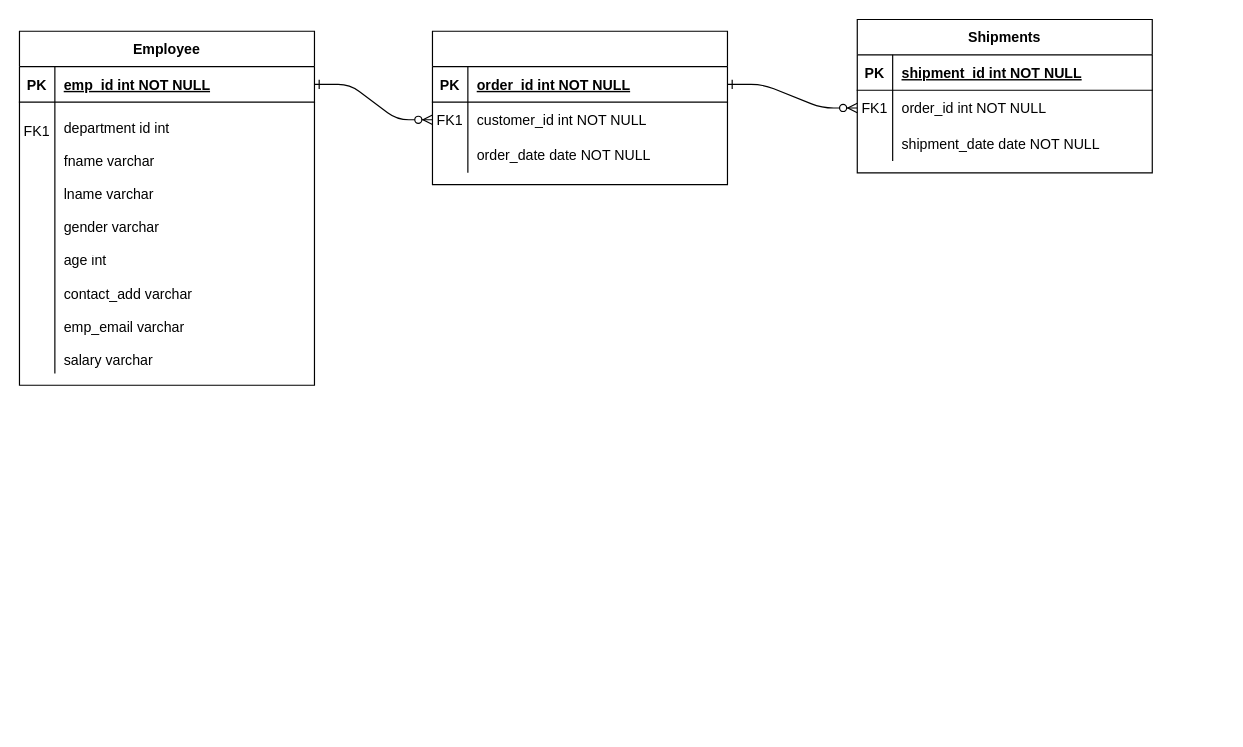
Before: Untitled Diagram.drawio in pateldeep99/Payroll-Management-System, a draw.io diagram. Source tidied: cells renumbered, new cells numbered last; positions are measured from the earlier drawing's top-left corner, leaving out a move shared by most shapes. Both pictures are drawn from the tidied source at 118%, with x=0, y=0 at pixel (19, 19).
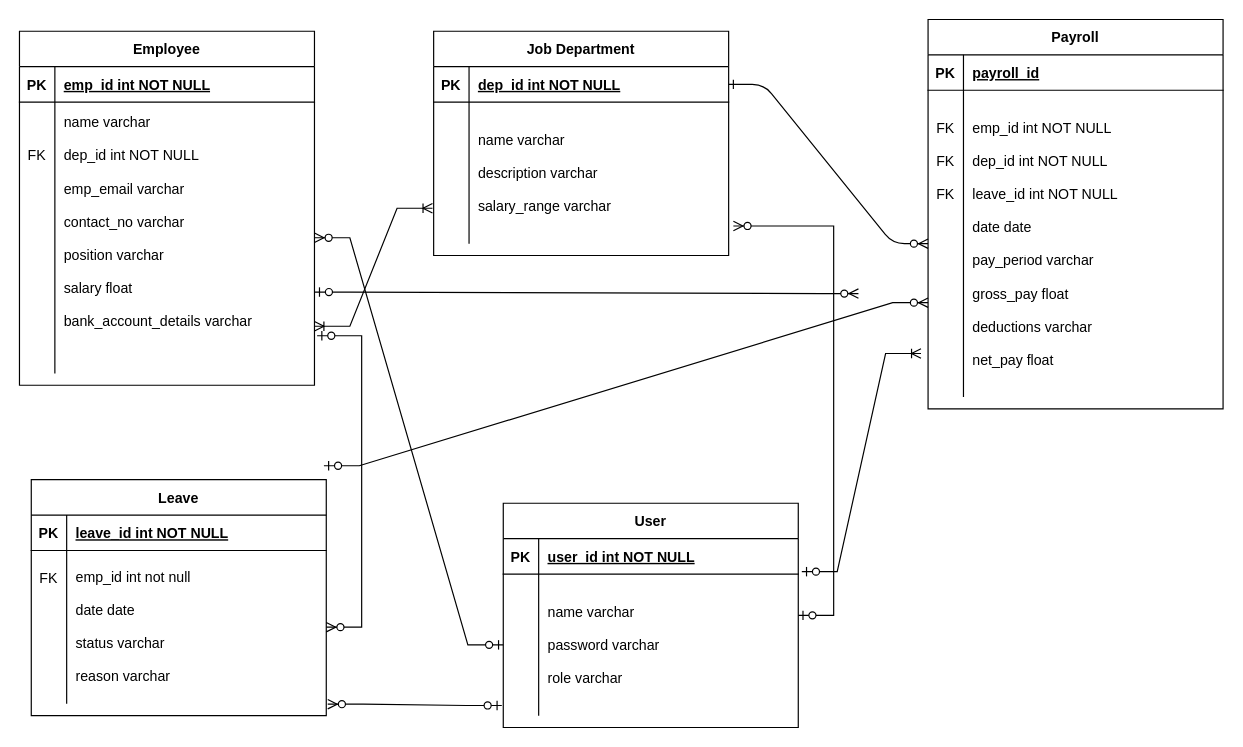
After the change.

The change refers to these unchanged cells:
```xml
<mxCell id="5" style="shape=partialRectangle;fillColor=none;points=[[0,0.5],[1,0.5]];portConstraint=eastwest;top=0;left=0;right=0;bottom=1;" parent="4" vertex="1">
  <mxGeometry y="30" width="250" height="30" as="geometry" />
</mxCell>
<mxCell id="15" style="shape=partialRectangle;fillColor=none;top=0;left=0;right=0;bottom=1;" parent="14" vertex="1">
  <mxGeometry y="30" width="250" height="30" as="geometry" />
</mxCell>
<mxCell id="25" style="shape=partialRectangle;fillColor=none;points=[[0,0.5],[1,0.5]];portConstraint=eastwest;top=0;left=0;right=0;bottom=1;" parent="24" vertex="1">
  <mxGeometry y="30" width="250" height="30" as="geometry" />
</mxCell>
<mxCell id="28" style="shape=partialRectangle;fillColor=none;points=[[0,0.5],[1,0.5]];portConstraint=eastwest;top=0;left=0;right=0;bottom=0;" parent="24" vertex="1">
  <mxGeometry y="60" width="250" height="230" as="geometry" />
</mxCell>
```

Change to the diagram source:
```diff
@@
-    <mxCell id="2" style="edgeStyle=entityRelationEdgeStyle;endArrow=ERzeroToMany;startArrow=ERone;endFill=1;startFill=0;" parent="1" edge="1" source="25" target="8">
-      <mxGeometry relative="1" as="geometry" />
-    </mxCell>
@@
-    <mxCell id="4" style="shape=table;startSize=30;childLayout=tableLayout;rowLines=0;fontStyle=1;align=center;" parent="1" vertex="1">
-      <mxGeometry x="350" y="10" width="250" height="130" as="geometry" />
+    <mxCell id="4" value="Job Department" style="shape=table;startSize=30;childLayout=tableLayout;rowLines=0;fontStyle=1;align=center;" parent="1" vertex="1">
+      <mxGeometry x="351" y="10" width="250" height="190" as="geometry" />
     </mxCell>
@@
-    <mxCell id="7" value="order_id int NOT NULL " style="shape=partialRectangle;overflow=hidden;fillColor=none;top=0;left=0;bottom=0;right=0;align=left;spacingLeft=6;fontStyle=5;" parent="5" vertex="1">
+    <mxCell id="7" value="dep_id int NOT NULL" style="shape=partialRectangle;overflow=hidden;fillColor=none;top=0;left=0;bottom=0;right=0;align=left;spacingLeft=6;fontStyle=5;" parent="5" vertex="1">
       <mxGeometry x="30" width="220" height="30" as="geometry" />
     </mxCell>
     <mxCell id="8" style="shape=partialRectangle;fillColor=none;points=[[0,0.5],[1,0.5]];portConstraint=eastwest;top=0;left=0;right=0;bottom=0;" parent="4" vertex="1">
-      <mxGeometry y="60" width="250" height="30" as="geometry" />
+      <mxGeometry y="60" width="250" height="120" as="geometry" />
     </mxCell>
-    <mxCell id="9" value="FK1" style="shape=partialRectangle;overflow=hidden;fillColor=none;top=0;left=0;bottom=0;right=0;" parent="8" vertex="1">
-      <mxGeometry width="30" height="30" as="geometry" />
+    <mxCell id="9" style="shape=partialRectangle;overflow=hidden;fillColor=none;top=0;left=0;bottom=0;right=0;" parent="8" vertex="1">
+      <mxGeometry width="30" height="120" as="geometry" />
     </mxCell>
-    <mxCell id="10" value="customer_id int NOT NULL" style="shape=partialRectangle;overflow=hidden;fillColor=none;top=0;left=0;bottom=0;right=0;align=left;spacingLeft=6;" parent="8" vertex="1">
-      <mxGeometry x="30" width="220" height="30" as="geometry" />
+    <mxCell id="10" value="name varchar&#10;&#10;description varchar&#10;&#10;salary_range varchar" style="shape=partialRectangle;overflow=hidden;fillColor=none;top=0;left=0;bottom=0;right=0;align=left;spacingLeft=6;" parent="8" vertex="1">
+      <mxGeometry x="30" width="220" height="120" as="geometry" />
     </mxCell>
-    <mxCell id="11" style="shape=partialRectangle;fillColor=none;top=0;left=0;right=0;bottom=0;" parent="4" vertex="1">
-      <mxGeometry y="90" width="250" height="30" as="geometry" />
-    </mxCell>
-    <mxCell id="12" style="shape=partialRectangle;overflow=hidden;fillColor=none;top=0;left=0;bottom=0;right=0;" parent="11" vertex="1">
-      <mxGeometry width="30" height="30" as="geometry" />
-    </mxCell>
-    <mxCell id="13" value="order_date date NOT NULL" style="shape=partialRectangle;overflow=hidden;fillColor=none;top=0;left=0;bottom=0;right=0;align=left;spacingLeft=6;" parent="11" vertex="1">
-      <mxGeometry x="30" width="220" height="30" as="geometry" />
-    </mxCell>
-    <mxCell id="14" value="Shipments" style="shape=table;startSize=30;childLayout=tableLayout;rowLines=0;fontStyle=1;align=center;" parent="1" vertex="1">
-      <mxGeometry x="710" width="250" height="130" as="geometry" />
+    <mxCell id="14" value="Payroll" style="shape=table;startSize=30;childLayout=tableLayout;rowLines=0;fontStyle=1;align=center;" parent="1" vertex="1">
+      <mxGeometry x="770" width="250" height="330" as="geometry" />
     </mxCell>
@@
-    <mxCell id="17" value="shipment_id int NOT NULL " style="shape=partialRectangle;overflow=hidden;fillColor=none;top=0;left=0;bottom=0;right=0;align=left;spacingLeft=6;fontStyle=5;" parent="15" vertex="1">
+    <mxCell id="17" value="payroll_id" style="shape=partialRectangle;overflow=hidden;fillColor=none;top=0;left=0;bottom=0;right=0;align=left;spacingLeft=6;fontStyle=5;" parent="15" vertex="1">
       <mxGeometry x="30" width="220" height="30" as="geometry" />
     </mxCell>
     <mxCell id="18" style="shape=partialRectangle;fillColor=none;points=[[0,0.5],[1,0.5]];portConstraint=eastwest;top=0;left=0;right=0;bottom=0;" parent="14" vertex="1">
-      <mxGeometry y="60" width="250" height="30" as="geometry" />
+      <mxGeometry y="60" width="250" height="260" as="geometry" />
     </mxCell>
-    <mxCell id="19" value="FK1" style="shape=partialRectangle;overflow=hidden;fillColor=none;top=0;left=0;bottom=0;right=0;" parent="18" vertex="1">
-      <mxGeometry width="30" height="30" as="geometry" />
+    <mxCell id="19" value="FK&#10;&#10;FK&#10;&#10;FK&#10;&#10;&#10;&#10;&#10;&#10;&#10;&#10;&#10;&#10;" style="shape=partialRectangle;overflow=hidden;fillColor=none;top=0;left=0;bottom=0;right=0;" parent="18" vertex="1">
+      <mxGeometry width="30" height="260" as="geometry" />
     </mxCell>
-    <mxCell id="20" value="order_id int NOT NULL" style="shape=partialRectangle;overflow=hidden;fillColor=none;top=0;left=0;bottom=0;right=0;align=left;spacingLeft=6;" parent="18" vertex="1">
-      <mxGeometry x="30" width="220" height="30" as="geometry" />
+    <mxCell id="20" value="emp_id int NOT NULL&#10;&#10;dep_id int NOT NULL&#10;&#10;leave_id int NOT NULL&#10;&#10;date date&#10;&#10;pay_period varchar&#10;&#10;gross_pay float&#10;&#10;deductions varchar&#10;&#10;net_pay float" style="shape=partialRectangle;overflow=hidden;fillColor=none;top=0;left=0;bottom=0;right=0;align=left;spacingLeft=6;" parent="18" vertex="1">
+      <mxGeometry x="30" width="220" height="260" as="geometry" />
     </mxCell>
-    <mxCell id="21" style="shape=partialRectangle;fillColor=none;top=0;left=0;right=0;bottom=0;" parent="14" vertex="1">
-      <mxGeometry y="90" width="250" height="30" as="geometry" />
-    </mxCell>
-    <mxCell id="22" style="shape=partialRectangle;overflow=hidden;fillColor=none;top=0;left=0;bottom=0;right=0;" parent="21" vertex="1">
-      <mxGeometry width="30" height="30" as="geometry" />
-    </mxCell>
-    <mxCell id="23" value="shipment_date date NOT NULL" style="shape=partialRectangle;overflow=hidden;fillColor=none;top=0;left=0;bottom=0;right=0;align=left;spacingLeft=6;" parent="21" vertex="1">
-      <mxGeometry x="30" width="220" height="30" as="geometry" />
-    </mxCell>
@@
-    <mxCell id="29" value="FK1&#10;&#10;&#10;&#10;&#10;&#10;&#10;&#10;&#10;&#10;&#10;&#10;&#10;" style="shape=partialRectangle;overflow=hidden;fillColor=none;top=0;left=0;bottom=0;right=0;" parent="28" vertex="1">
+    <mxCell id="29" value="FK&#10;&#10;&#10;&#10;&#10;&#10;&#10;&#10;&#10;&#10;" style="shape=partialRectangle;overflow=hidden;fillColor=none;top=0;left=0;bottom=0;right=0;" parent="28" vertex="1">
       <mxGeometry width="30" height="230" as="geometry" />
     </mxCell>
-    <mxCell id="30" value="&#10;department id int &#10;&#10;fname varchar&#10;&#10;lname varchar&#10;&#10;gender varchar&#10;&#10;age int&#10;&#10;contact_add varchar&#10;&#10;emp_email varchar&#10;&#10;salary varchar&#10;&#10;&#10;&#10;" style="shape=partialRectangle;overflow=hidden;fillColor=none;top=0;left=0;bottom=0;right=0;align=left;spacingLeft=6;" parent="28" vertex="1">
+    <mxCell id="30" value="name varchar&#10;&#10;dep_id int NOT NULL&#10;&#10;emp_email varchar&#10;&#10;contact_no varchar&#10;&#10;position varchar&#10;&#10;salary float&#10;&#10;bank_account_details varchar&#10;&#10;" style="shape=partialRectangle;overflow=hidden;fillColor=none;top=0;left=0;bottom=0;right=0;align=left;spacingLeft=6;" parent="28" vertex="1">
       <mxGeometry x="30" width="220" height="230" as="geometry" />
     </mxCell>
+    <mxCell id="31" value="Leave" style="shape=table;startSize=30;childLayout=tableLayout;rowLines=0;fontStyle=1;align=center;" parent="1" vertex="1">
+      <mxGeometry x="10" y="390" width="250" height="200" as="geometry" />
+    </mxCell>
+    <mxCell id="32" style="shape=partialRectangle;fillColor=none;top=0;left=0;right=0;bottom=1;" parent="31" vertex="1">
+      <mxGeometry y="30" width="250" height="30" as="geometry" />
+    </mxCell>
+    <mxCell id="33" value="PK" style="shape=partialRectangle;overflow=hidden;fillColor=none;top=0;left=0;bottom=0;right=0;fontStyle=1;" parent="32" vertex="1">
+      <mxGeometry width="30" height="30" as="geometry" />
+    </mxCell>
+    <mxCell id="34" value="leave_id int NOT NULL" style="shape=partialRectangle;overflow=hidden;fillColor=none;top=0;left=0;bottom=0;right=0;align=left;spacingLeft=6;fontStyle=5;" parent="32" vertex="1">
+      <mxGeometry x="30" width="220" height="30" as="geometry" />
+    </mxCell>
+    <mxCell id="35" style="shape=partialRectangle;fillColor=none;points=[[0,0.5],[1,0.5]];portConstraint=eastwest;top=0;left=0;right=0;bottom=0;" parent="31" vertex="1">
+      <mxGeometry y="60" width="250" height="130" as="geometry" />
+    </mxCell>
+    <mxCell id="36" value="FK&#10;&#10;&#10;&#10;&#10;&#10;" style="shape=partialRectangle;overflow=hidden;fillColor=none;top=0;left=0;bottom=0;right=0;" parent="35" vertex="1">
+      <mxGeometry width="30" height="130" as="geometry" />
+    </mxCell>
+    <mxCell id="37" value="&#10;emp_id int not null&#10;&#10;date date&#10;&#10;status varchar&#10;&#10;reason varchar&#10;&#10;&#10;&#10;&#10;&#10;&#10;&#10;" style="shape=partialRectangle;overflow=hidden;fillColor=none;top=0;left=0;bottom=0;right=0;align=left;spacingLeft=6;" parent="35" vertex="1">
+      <mxGeometry x="30" width="220" height="130" as="geometry" />
+    </mxCell>
+    <mxCell id="38" style="edgeStyle=entityRelationEdgeStyle;fontSize=12;html=1;endArrow=ERzeroToMany;startArrow=ERzeroToOne;rounded=0;exitX=1.009;exitY=0.861;exitDx=0;exitDy=0;exitPerimeter=0;" parent="1" edge="1" source="28" target="35">
+      <mxGeometry relative="1" as="geometry">
+        <Array as="points">
+          <mxPoint x="189.5" y="815" />
+          <mxPoint x="332.8" y="569" />
+          <mxPoint x="360" y="500" />
+        </Array>
+      </mxGeometry>
+    </mxCell>
+    <mxCell id="39" style="edgeStyle=entityRelationEdgeStyle;fontSize=12;html=1;endArrow=ERzeroToMany;startArrow=ERzeroToOne;rounded=0;exitX=1.001;exitY=0.7;exitDx=0;exitDy=0;exitPerimeter=0;entryX=-0.005;entryY=0.922;entryDx=0;entryDy=0;entryPerimeter=0;" parent="1" edge="1" source="28">
+      <mxGeometry relative="1" as="geometry">
+        <mxPoint x="711" y="232.3" as="targetPoint" />
+      </mxGeometry>
+    </mxCell>
+    <mxCell id="40" style="edgeStyle=entityRelationEdgeStyle;fontSize=12;html=1;endArrow=ERzeroToMany;startArrow=ERzeroToOne;rounded=0;exitX=1.012;exitY=0.171;exitDx=0;exitDy=0;exitPerimeter=0;entryX=0.008;entryY=0.796;entryDx=0;entryDy=0;entryPerimeter=0;" parent="1" edge="1">
+      <mxGeometry relative="1" as="geometry">
+        <mxPoint x="258" y="378.2" as="sourcePoint" />
+        <mxPoint x="770" y="240" as="targetPoint" />
+        <Array as="points">
+          <mxPoint x="215" y="313" />
+          <mxPoint x="225" y="378" />
+          <mxPoint x="235" y="333" />
+        </Array>
+      </mxGeometry>
+    </mxCell>
+    <mxCell id="41" value="User" style="shape=table;startSize=30;childLayout=tableLayout;rowLines=0;fontStyle=1;align=center;" parent="1" vertex="1">
+      <mxGeometry x="410" y="410" width="250" height="190" as="geometry" />
+    </mxCell>
+    <mxCell id="42" style="shape=partialRectangle;fillColor=none;top=0;left=0;right=0;bottom=1;" parent="41" vertex="1">
+      <mxGeometry y="30" width="250" height="30" as="geometry" />
+    </mxCell>
+    <mxCell id="43" value="PK" style="shape=partialRectangle;overflow=hidden;fillColor=none;top=0;left=0;bottom=0;right=0;fontStyle=1;" parent="42" vertex="1">
+      <mxGeometry width="30" height="30" as="geometry" />
+    </mxCell>
+    <mxCell id="44" value="user_id int NOT NULL" style="shape=partialRectangle;overflow=hidden;fillColor=none;top=0;left=0;bottom=0;right=0;align=left;spacingLeft=6;fontStyle=5;" parent="42" vertex="1">
+      <mxGeometry x="30" width="220" height="30" as="geometry" />
+    </mxCell>
+    <mxCell id="45" style="shape=partialRectangle;fillColor=none;points=[[0,0.5],[1,0.5]];portConstraint=eastwest;top=0;left=0;right=0;bottom=0;" parent="41" vertex="1">
+      <mxGeometry y="60" width="250" height="120" as="geometry" />
+    </mxCell>
+    <mxCell id="46" style="shape=partialRectangle;overflow=hidden;fillColor=none;top=0;left=0;bottom=0;right=0;" parent="45" vertex="1">
+      <mxGeometry width="30" height="120" as="geometry" />
+    </mxCell>
+    <mxCell id="47" value="name varchar&#10;&#10;password varchar&#10;&#10;role varchar" style="shape=partialRectangle;overflow=hidden;fillColor=none;top=0;left=0;bottom=0;right=0;align=left;spacingLeft=6;" parent="45" vertex="1">
+      <mxGeometry x="30" width="220" height="120" as="geometry" />
+    </mxCell>
+    <mxCell id="48" style="edgeStyle=entityRelationEdgeStyle;fontSize=12;html=1;endArrow=ERoneToMany;startArrow=ERzeroToOne;rounded=0;entryX=-0.024;entryY=0.858;entryDx=0;entryDy=0;entryPerimeter=0;exitX=1.012;exitY=-0.017;exitDx=0;exitDy=0;exitPerimeter=0;" parent="1" edge="1" source="45" target="18">
+      <mxGeometry relative="1" as="geometry">
+        <Array as="points">
+          <mxPoint x="690" y="310" />
+        </Array>
+      </mxGeometry>
+    </mxCell>
+    <mxCell id="49" style="edgeStyle=entityRelationEdgeStyle;fontSize=12;html=1;endArrow=ERzeroToMany;startArrow=ERzeroToOne;rounded=0;exitX=0;exitY=0.5;exitDx=0;exitDy=0;" parent="1" edge="1" source="45" target="28">
+      <mxGeometry relative="1" as="geometry">
+        <Array as="points">
+          <mxPoint x="410" y="470" />
+        </Array>
+      </mxGeometry>
+    </mxCell>
+    <mxCell id="50" style="edgeStyle=entityRelationEdgeStyle;fontSize=12;html=1;endArrow=ERzeroToMany;startArrow=ERzeroToOne;rounded=0;entryX=1.016;entryY=0.875;entryDx=0;entryDy=0;entryPerimeter=0;" parent="1" edge="1" source="41" target="8">
+      <mxGeometry relative="1" as="geometry" />
+    </mxCell>
+    <mxCell id="51" style="edgeStyle=entityRelationEdgeStyle;fontSize=12;html=1;endArrow=ERzeroToMany;startArrow=ERzeroToOne;rounded=0;exitX=-0.005;exitY=0.928;exitDx=0;exitDy=0;exitPerimeter=0;entryX=1.005;entryY=1.002;entryDx=0;entryDy=0;entryPerimeter=0;" parent="1" edge="1" source="45" target="35">
+      <mxGeometry relative="1" as="geometry" />
+    </mxCell>
+    <mxCell id="52" style="edgeStyle=entityRelationEdgeStyle;fontSize=12;html=1;endArrow=ERoneToMany;startArrow=ERoneToMany;rounded=0;" parent="1" edge="1">
+      <mxGeometry relative="1" as="geometry">
+        <mxPoint x="250" y="260" as="sourcePoint" />
+        <mxPoint x="350" y="160" as="targetPoint" />
+      </mxGeometry>
+    </mxCell>
```
